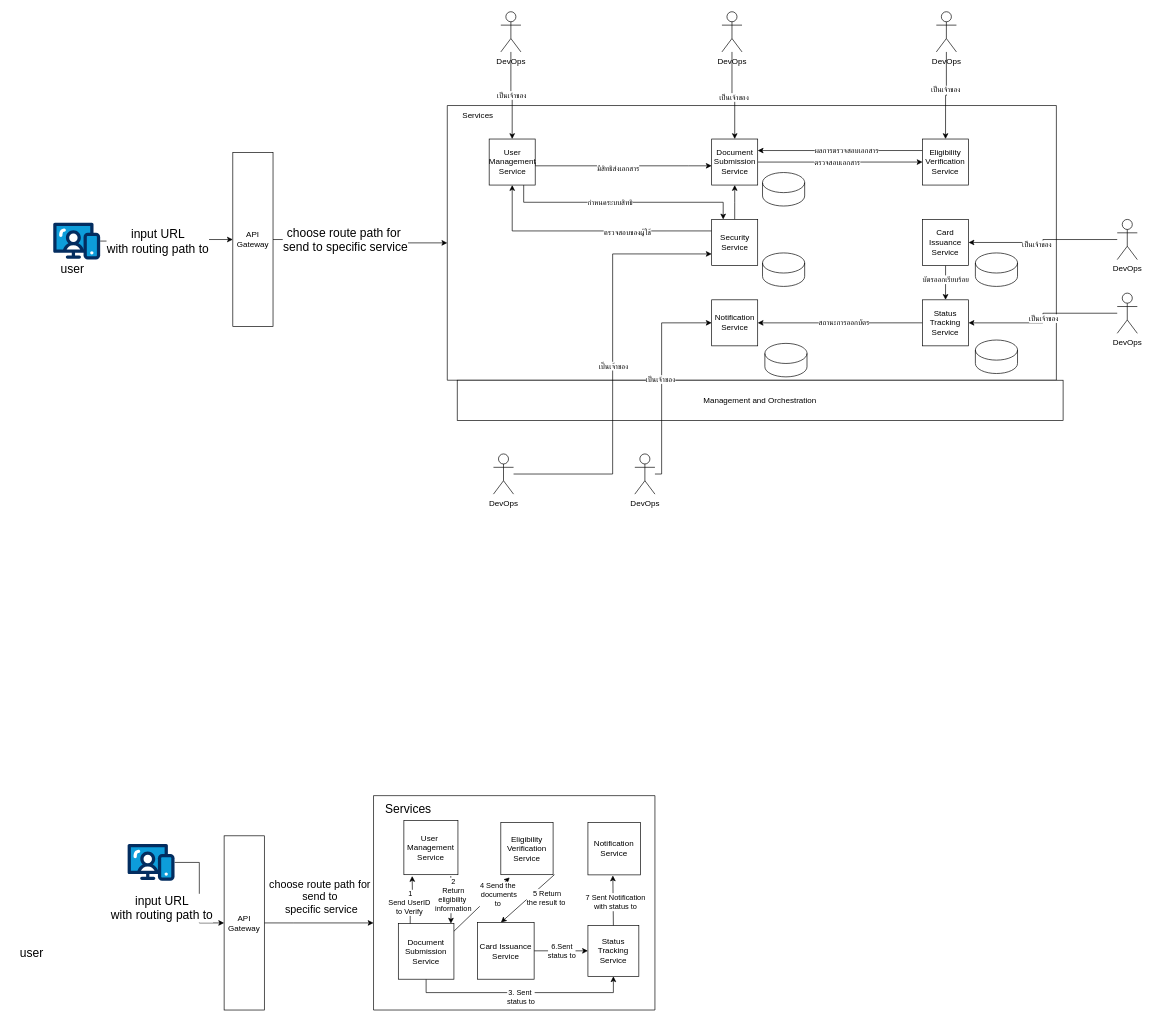
Earlier version of the draw.io diagram microservices.drawio (thammarat-ai/diagram-se). Source tidied: cells renumbered, new cells numbered last; positions are measured from the earlier drawing's top-left corner, leaving out a move shared by most shapes. Both pictures are drawn from the tidied source at 67%, with x=0, y=0 at pixel (11, 11).
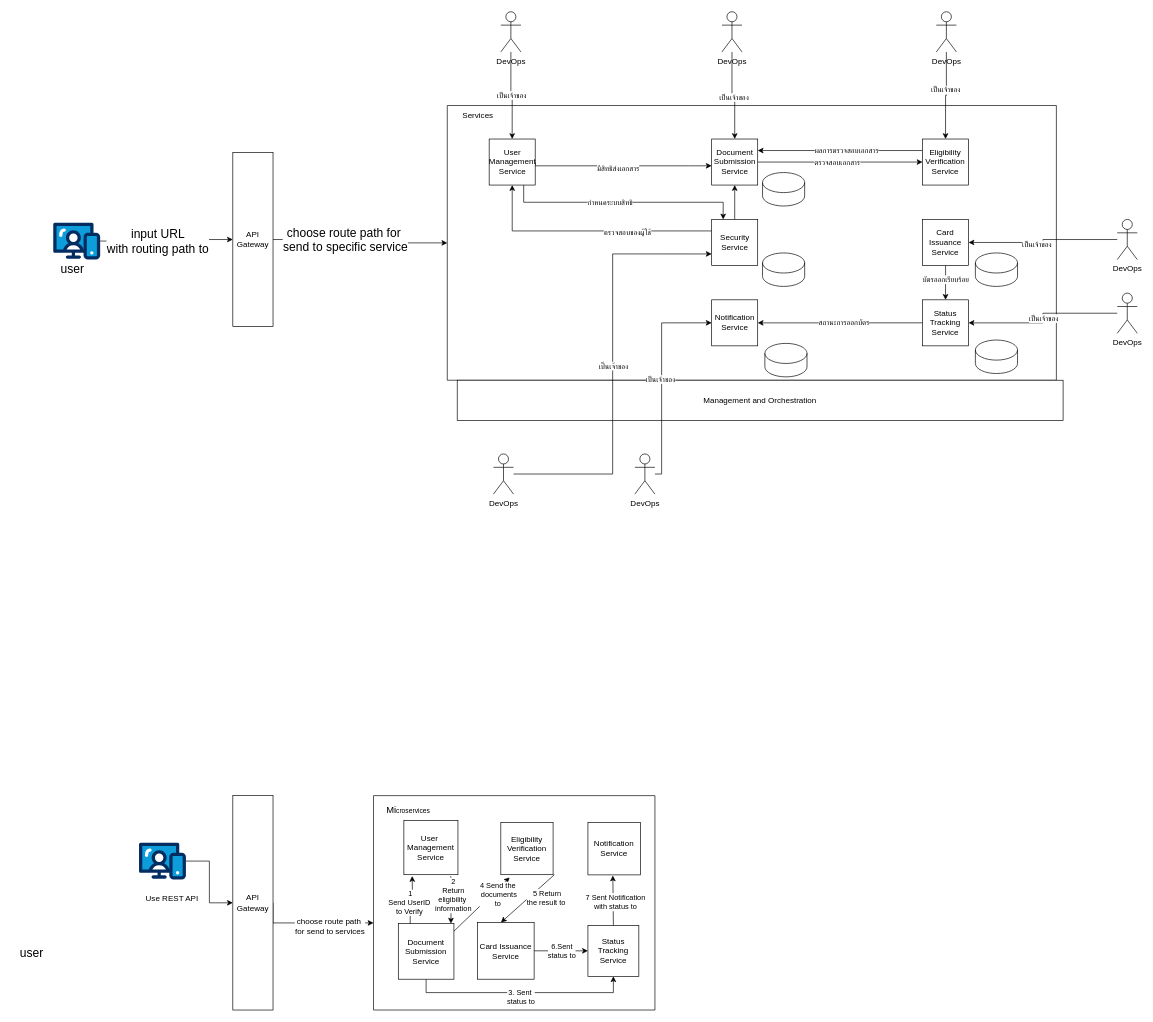
After the change.

The change refers to these unchanged cells:
```xml
<mxCell id="61" style="edgeStyle=orthogonalEdgeStyle;rounded=0;jettySize=auto;html=1;exitX=1;exitY=0.5;exitDx=0;exitDy=0;" parent="1" edge="1" source="63" target="64">
  <mxGeometry relative="1" as="geometry">
    <Array as="points">
      <mxPoint x="420" y="1360" />
      <mxPoint x="420" y="1360" />
    </Array>
  </mxGeometry>
</mxCell>
<mxCell id="80" style="edgeStyle=orthogonalEdgeStyle;rounded=0;jettySize=auto;html=1;entryX=0;entryY=0.5;entryDx=0;entryDy=0;" parent="1" edge="1" source="82" target="63">
  <mxGeometry relative="1" as="geometry" />
</mxCell>
```

The edit, as a diff of the source:
```diff
@@
-    <mxCell id="62" value="choose route path for&amp;nbsp;&lt;div style=&quot;font-size: 16px;&quot;&gt;send to&amp;nbsp;&lt;/div&gt;&lt;div style=&quot;font-size: 16px;&quot;&gt;specific service&lt;/div&gt;" style="edgeLabel;html=1;align=center;verticalAlign=middle;fontSize=16;" parent="61" vertex="1">
+    <mxCell id="62" value="choose route path&amp;nbsp;&lt;div&gt;for send to services&lt;/div&gt;" style="edgeLabel;html=1;align=center;verticalAlign=middle;fontSize=12;" parent="61" vertex="1">
       <mxGeometry x="-0.19" relative="1" as="geometry">
-        <mxPoint x="18" y="-40" as="offset" />
+        <mxPoint x="41" y="4" as="offset" />
       </mxGeometry>
     </mxCell>
     <mxCell id="63" value="API Gateway" style="rounded=0;whiteSpace=wrap;html=1;" parent="1" vertex="1">
-      <mxGeometry x="317" y="1230" width="60" height="260" as="geometry" />
+      <mxGeometry x="330" y="1170" width="60" height="320" as="geometry" />
     </mxCell>
@@
-    <mxCell id="79" value="Services" style="text;html=1;align=center;verticalAlign=middle;whiteSpace=wrap;rounded=0;fontSize=18;" parent="1" vertex="1">
+    <mxCell id="79" value="&lt;font style=&quot;font-size: 14px;&quot;&gt;Mi&lt;/font&gt;&lt;font size=&quot;1&quot; style=&quot;&quot;&gt;croservices&lt;/font&gt;" style="text;html=1;align=center;verticalAlign=middle;whiteSpace=wrap;rounded=0;fontSize=18;" parent="1" vertex="1">
       <mxGeometry x="561.3" y="1175" width="62.4" height="30" as="geometry" />
     </mxCell>
@@
-    <mxCell id="81" value="input URL&lt;div style=&quot;font-size: 18px;&quot;&gt;with routing path to&lt;/div&gt;" style="edgeLabel;html=1;align=center;verticalAlign=middle;fontSize=18;" parent="80" vertex="1">
+    <mxCell id="81" value="Use REST API" style="edgeLabel;html=1;align=center;verticalAlign=middle;fontSize=12;" parent="80" vertex="1">
       <mxGeometry x="-0.15" relative="1" as="geometry">
         <mxPoint x="-57" y="35" as="offset" />
       </mxGeometry>
     </mxCell>
     <mxCell id="82" style="verticalLabelPosition=bottom;html=1;shape=mxgraph.salesforce.web;" parent="1" vertex="1">
-      <mxGeometry x="173" y="1242" width="70" height="55.3" as="geometry" />
+      <mxGeometry x="190" y="1240" width="70" height="55.3" as="geometry" />
     </mxCell>
```
